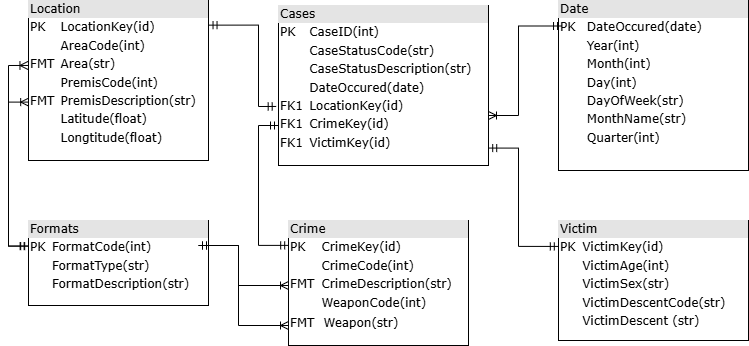
Above: img/cases_schema.drawio.png in alex-kazos/spark-project (draw.io), before the change. Source tidied: cells renumbered, new cells last; positions are measured from the earlier drawing's top-left corner, leaving out a move shared by most shapes.
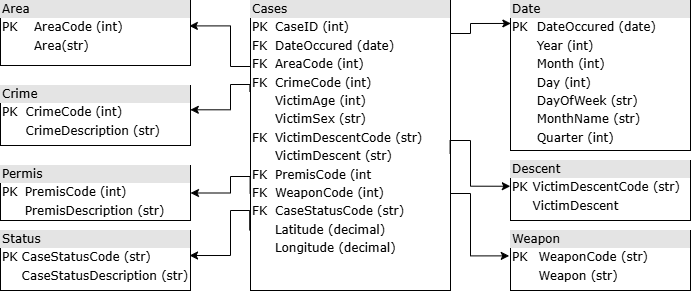
The same diagram one commit later.

Change to the diagram source:
```diff
@@ -1,81 +1,91 @@
-<mxGraphModel background="#FFFFFF">
+<mxGraphModel background="#ffffff">
   <root>
     <mxCell id="0" />
     <mxCell id="1" parent="0" />
-    <mxCell id="2" style="edgeStyle=orthogonalEdgeStyle;rounded=0;jettySize=auto;html=1;endArrow=ERmandOne;endFill=0;startArrow=ERmandOne;startFill=0;exitX=1.001;exitY=0.891;exitDx=0;exitDy=0;exitPerimeter=0;entryX=-0.001;entryY=0.216;entryDx=0;entryDy=0;entryPerimeter=0;" parent="1" edge="1" source="3" target="7">
-      <mxGeometry relative="1" as="geometry">
-        <Array as="points">
-          <mxPoint x="490" y="148" />
-          <mxPoint x="490" y="245" />
-          <mxPoint x="530" y="245" />
-        </Array>
-      </mxGeometry>
-    </mxCell>
-    <mxCell id="3" value="&lt;div style=&quot;box-sizing: border-box; width: 100%; background: rgb(228, 228, 228); padding: 2px;&quot;&gt;Cases&lt;/div&gt;&lt;table style=&quot;width: 100% ; font-size: 1em&quot; cellpadding=&quot;2&quot; cellspacing=&quot;0&quot;&gt;&lt;tbody&gt;&lt;tr&gt;&lt;td&gt;PK&lt;/td&gt;&lt;td&gt;CaseID(int)&lt;/td&gt;&lt;/tr&gt;&lt;tr&gt;&lt;td&gt;&lt;br&gt;&lt;/td&gt;&lt;td&gt;CaseStatusCode(str)&lt;/td&gt;&lt;/tr&gt;&lt;tr&gt;&lt;td&gt;&lt;br&gt;&lt;/td&gt;&lt;td&gt;CaseStatusDescription(str)&lt;/td&gt;&lt;/tr&gt;&lt;tr&gt;&lt;td&gt;&lt;br&gt;&lt;/td&gt;&lt;td&gt;DateOccured(date)&lt;/td&gt;&lt;/tr&gt;&lt;tr&gt;&lt;td&gt;FK1&lt;br&gt;&lt;/td&gt;&lt;td&gt;LocationKey(id)&amp;nbsp;&amp;nbsp;&lt;/td&gt;&lt;/tr&gt;&lt;tr&gt;&lt;td&gt;FK1&lt;br&gt;&lt;/td&gt;&lt;td&gt;CrimeKey(id)&amp;nbsp;&lt;br&gt;&lt;/td&gt;&lt;/tr&gt;&lt;tr&gt;&lt;td&gt;FK1&lt;br&gt;&lt;/td&gt;&lt;td&gt;VictimKey(id)&amp;nbsp;&lt;br&gt;&lt;/td&gt;&lt;/tr&gt;&lt;/tbody&gt;&lt;/table&gt;" style="verticalAlign=top;align=left;overflow=fill;html=1;rounded=0;shadow=0;comic=0;labelBackgroundColor=none;strokeWidth=1;fontFamily=Verdana;fontSize=12;" parent="1" vertex="1">
-      <mxGeometry x="250" y="5" width="210" height="160" as="geometry" />
-    </mxCell>
     <mxCell id="4" style="edgeStyle=orthogonalEdgeStyle;html=1;entryX=0.5;entryY=0;dashed=1;labelBackgroundColor=none;startArrow=ERmandOne;endArrow=ERoneToMany;fontFamily=Verdana;fontSize=12;align=left;" parent="1" edge="1" source="x">
       <mxGeometry relative="1" as="geometry">
         <mxPoint x="530" y="215" as="targetPoint" />
       </mxGeometry>
     </mxCell>
-    <mxCell id="5" value="&lt;div style=&quot;box-sizing: border-box; width: 100%; background: rgb(228, 228, 228); padding: 2px;&quot;&gt;Formats&lt;/div&gt;&lt;table style=&quot;width: 100% ; font-size: 1em&quot; cellpadding=&quot;2&quot; cellspacing=&quot;0&quot;&gt;&lt;tbody&gt;&lt;tr&gt;&lt;td&gt;PK&lt;/td&gt;&lt;td&gt;FormatCode(int)&lt;/td&gt;&lt;/tr&gt;&lt;tr&gt;&lt;td&gt;&lt;br&gt;&lt;/td&gt;&lt;td&gt;FormatType(str)&lt;/td&gt;&lt;/tr&gt;&lt;tr&gt;&lt;td&gt;&lt;/td&gt;&lt;td&gt;FormatDescription(str)&lt;/td&gt;&lt;/tr&gt;&lt;/tbody&gt;&lt;/table&gt;" style="verticalAlign=top;align=left;overflow=fill;html=1;rounded=0;shadow=0;comic=0;labelBackgroundColor=none;strokeWidth=1;fontFamily=Verdana;fontSize=12;" parent="1" vertex="1">
-      <mxGeometry y="220" width="180" height="85" as="geometry" />
-    </mxCell>
+    <mxCell id="17" value="&lt;div style=&quot;box-sizing: border-box; width: 100%; background: rgb(228, 228, 228); padding: 2px;&quot;&gt;Cases&lt;/div&gt;&lt;table style=&quot;width: 100% ; font-size: 1em&quot; cellpadding=&quot;2&quot; cellspacing=&quot;0&quot;&gt;&lt;tbody&gt;&lt;tr&gt;&lt;td&gt;PK&lt;/td&gt;&lt;td&gt;CaseID (int)&lt;/td&gt;&lt;/tr&gt;&lt;tr&gt;&lt;td&gt;FK&lt;/td&gt;&lt;td&gt;DateOccured (date)&lt;/td&gt;&lt;/tr&gt;&lt;tr&gt;&lt;td&gt;FK&lt;/td&gt;&lt;td&gt;AreaCode (int)&lt;/td&gt;&lt;/tr&gt;&lt;tr&gt;&lt;td&gt;FK&lt;/td&gt;&lt;td&gt;CrimeCode (int)&lt;br&gt;&lt;/td&gt;&lt;/tr&gt;&lt;tr&gt;&lt;td&gt;&lt;br&gt;&lt;/td&gt;&lt;td&gt;VictimAge (int)&lt;br&gt;&lt;/td&gt;&lt;/tr&gt;&lt;tr&gt;&lt;td&gt;&lt;br&gt;&lt;/td&gt;&lt;td&gt;VictimSex (str)&amp;nbsp;&lt;br&gt;&lt;/td&gt;&lt;/tr&gt;&lt;tr&gt;&lt;td&gt;FK&lt;/td&gt;&lt;td&gt;VictimDescentCode (str)&lt;br&gt;&lt;/td&gt;&lt;/tr&gt;&lt;tr&gt;&lt;td&gt;&lt;br&gt;&lt;/td&gt;&lt;td&gt;VictimDescent (str)&lt;br&gt;&lt;/td&gt;&lt;/tr&gt;&lt;tr&gt;&lt;td&gt;FK&lt;/td&gt;&lt;td&gt;PremisCode (int&amp;nbsp;&lt;br&gt;&lt;/td&gt;&lt;/tr&gt;&lt;tr&gt;&lt;td&gt;FK&lt;/td&gt;&lt;td&gt;WeaponCode (int)&lt;br&gt;&lt;/td&gt;&lt;/tr&gt;&lt;tr&gt;&lt;td&gt;FK&lt;/td&gt;&lt;td&gt;CaseStatusCode (str)&lt;br&gt;&lt;/td&gt;&lt;/tr&gt;&lt;tr&gt;&lt;td&gt;&lt;br&gt;&lt;/td&gt;&lt;td&gt;Latitude (decimal)&amp;nbsp;&lt;br&gt;&lt;/td&gt;&lt;/tr&gt;&lt;tr&gt;&lt;td&gt;&lt;br&gt;&lt;/td&gt;&lt;td&gt;Longitude (decimal)&lt;/td&gt;&lt;/tr&gt;&lt;/tbody&gt;&lt;/table&gt;" style="verticalAlign=top;align=left;overflow=fill;html=1;rounded=0;shadow=0;comic=0;labelBackgroundColor=none;strokeWidth=1;fontFamily=Verdana;fontSize=12;" parent="1" vertex="1">
+      <mxGeometry x="330" y="5" width="200" height="290" as="geometry" />
+    </mxCell>
-    <mxCell id="6" value="&lt;div style=&quot;box-sizing: border-box; width: 100%; background: rgb(228, 228, 228); padding: 2px;&quot;&gt;Crime&lt;/div&gt;&lt;table style=&quot;width: 100% ; font-size: 1em&quot; cellpadding=&quot;2&quot; cellspacing=&quot;0&quot;&gt;&lt;tbody&gt;&lt;tr&gt;&lt;td&gt;PK&lt;/td&gt;&lt;td&gt;CrimeKey(id)&lt;/td&gt;&lt;/tr&gt;&lt;tr&gt;&lt;td&gt;&lt;br&gt;&lt;/td&gt;&lt;td&gt;CrimeCode(int)&lt;/td&gt;&lt;/tr&gt;&lt;tr&gt;&lt;td&gt;FMT&lt;/td&gt;&lt;td&gt;CrimeDescription(str)&lt;/td&gt;&lt;/tr&gt;&lt;tr&gt;&lt;td&gt;&lt;br&gt;&lt;/td&gt;&lt;td&gt;WeaponCode(int)&lt;/td&gt;&lt;/tr&gt;&lt;tr&gt;&lt;td&gt;FMT&lt;/td&gt;&lt;td&gt;&lt;table cellpadding=&quot;2&quot; cellspacing=&quot;0&quot; style=&quot;font-size: 1em; width: 120px;&quot;&gt;&lt;tbody&gt;&lt;tr&gt;&lt;td&gt;Weapon(str)&lt;/td&gt;&lt;/tr&gt;&lt;/tbody&gt;&lt;/table&gt;&lt;/td&gt;&lt;/tr&gt;&lt;/tbody&gt;&lt;/table&gt;" style="verticalAlign=top;align=left;overflow=fill;html=1;rounded=0;shadow=0;comic=0;labelBackgroundColor=none;strokeWidth=1;fontFamily=Verdana;fontSize=12;" parent="1" vertex="1">
-      <mxGeometry x="260" y="220" width="180" height="125" as="geometry" />
+    <mxCell id="6" value="&lt;div style=&quot;box-sizing: border-box; width: 100%; background: rgb(228, 228, 228); padding: 2px;&quot;&gt;Crime&lt;/div&gt;&lt;table style=&quot;width: 100% ; font-size: 1em&quot; cellpadding=&quot;2&quot; cellspacing=&quot;0&quot;&gt;&lt;tbody&gt;&lt;tr&gt;&lt;td&gt;PK&lt;/td&gt;&lt;td&gt;CrimeCode (int)&lt;/td&gt;&lt;/tr&gt;&lt;tr&gt;&lt;td&gt;&lt;br&gt;&lt;/td&gt;&lt;td&gt;CrimeDescription (str)&lt;/td&gt;&lt;/tr&gt;&lt;/tbody&gt;&lt;/table&gt;" style="verticalAlign=top;align=left;overflow=fill;html=1;rounded=0;shadow=0;comic=0;labelBackgroundColor=none;strokeWidth=1;fontFamily=Verdana;fontSize=12;" parent="1" vertex="1">
+      <mxGeometry x="80" y="90" width="190" height="60" as="geometry" />
     </mxCell>
-    <mxCell id="7" value="&lt;div style=&quot;box-sizing: border-box; width: 100%; background: rgb(228, 228, 228); padding: 2px;&quot;&gt;Victim&lt;/div&gt;&lt;table style=&quot;width: 100% ; font-size: 1em&quot; cellpadding=&quot;2&quot; cellspacing=&quot;0&quot;&gt;&lt;tbody&gt;&lt;tr&gt;&lt;td&gt;PK&lt;/td&gt;&lt;td&gt;VictimKey(id)&lt;/td&gt;&lt;/tr&gt;&lt;tr&gt;&lt;td&gt;&lt;br&gt;&lt;/td&gt;&lt;td&gt;VictimAge(int)&lt;/td&gt;&lt;/tr&gt;&lt;tr&gt;&lt;td&gt;&lt;/td&gt;&lt;td&gt;VictimSex(str)&lt;/td&gt;&lt;/tr&gt;&lt;tr&gt;&lt;td&gt;&lt;br&gt;&lt;/td&gt;&lt;td&gt;VictimDescentCode(str)&lt;/td&gt;&lt;/tr&gt;&lt;tr&gt;&lt;td&gt;&lt;br&gt;&lt;/td&gt;&lt;td&gt;VictimDescent (str)&lt;/td&gt;&lt;/tr&gt;&lt;/tbody&gt;&lt;/table&gt;" style="verticalAlign=top;align=left;overflow=fill;html=1;rounded=0;shadow=0;comic=0;labelBackgroundColor=none;strokeWidth=1;fontFamily=Verdana;fontSize=12;" parent="1" vertex="1">
-      <mxGeometry x="530" y="220" width="190" height="120" as="geometry" />
-    </mxCell>
+    <mxCell id="18" value="&lt;div style=&quot;box-sizing: border-box; width: 100%; background: rgb(228, 228, 228); padding: 2px;&quot;&gt;Descent&lt;/div&gt;&lt;table style=&quot;width: 100% ; font-size: 1em&quot; cellpadding=&quot;2&quot; cellspacing=&quot;0&quot;&gt;&lt;tbody&gt;&lt;tr&gt;&lt;td&gt;PK&lt;/td&gt;&lt;td&gt;VictimDescentCode (str)&lt;/td&gt;&lt;/tr&gt;&lt;tr&gt;&lt;td&gt;&lt;br&gt;&lt;/td&gt;&lt;td&gt;VictimDescent&amp;nbsp;&lt;/td&gt;&lt;/tr&gt;&lt;/tbody&gt;&lt;/table&gt;" style="verticalAlign=top;align=left;overflow=fill;html=1;rounded=0;shadow=0;comic=0;labelBackgroundColor=none;strokeWidth=1;fontFamily=Verdana;fontSize=12;" parent="1" vertex="1">
+      <mxGeometry x="590" y="165" width="180" height="60" as="geometry" />
+    </mxCell>
+    <mxCell id="19" value="&lt;div style=&quot;box-sizing: border-box; width: 100%; background: rgb(228, 228, 228); padding: 2px;&quot;&gt;Permis&lt;/div&gt;&lt;table style=&quot;width: 100% ; font-size: 1em&quot; cellpadding=&quot;2&quot; cellspacing=&quot;0&quot;&gt;&lt;tbody&gt;&lt;tr&gt;&lt;td&gt;PK&lt;/td&gt;&lt;td&gt;PremisCode (int)&lt;/td&gt;&lt;/tr&gt;&lt;tr&gt;&lt;td&gt;&lt;br&gt;&lt;/td&gt;&lt;td&gt;PremisDescription (str)&lt;/td&gt;&lt;/tr&gt;&lt;/tbody&gt;&lt;/table&gt;" style="verticalAlign=top;align=left;overflow=fill;html=1;rounded=0;shadow=0;comic=0;labelBackgroundColor=none;strokeWidth=1;fontFamily=Verdana;fontSize=12;" parent="1" vertex="1">
+      <mxGeometry x="80" y="170" width="190" height="55" as="geometry" />
+    </mxCell>
+    <mxCell id="20" value="&lt;div style=&quot;box-sizing: border-box; width: 100%; background: rgb(228, 228, 228); padding: 2px;&quot;&gt;Weapon&lt;/div&gt;&lt;table style=&quot;width: 100% ; font-size: 1em&quot; cellpadding=&quot;2&quot; cellspacing=&quot;0&quot;&gt;&lt;tbody&gt;&lt;tr&gt;&lt;td&gt;PK&lt;/td&gt;&lt;td&gt;WeaponCode (str)&lt;/td&gt;&lt;/tr&gt;&lt;tr&gt;&lt;td&gt;&lt;br&gt;&lt;/td&gt;&lt;td&gt;Weapon (str)&lt;/td&gt;&lt;/tr&gt;&lt;/tbody&gt;&lt;/table&gt;" style="verticalAlign=top;align=left;overflow=fill;html=1;rounded=0;shadow=0;comic=0;labelBackgroundColor=none;strokeWidth=1;fontFamily=Verdana;fontSize=12;" parent="1" vertex="1">
+      <mxGeometry x="590" y="235" width="180" height="60" as="geometry" />
+    </mxCell>
+    <mxCell id="21" value="&lt;div style=&quot;box-sizing: border-box; width: 100%; background: rgb(228, 228, 228); padding: 2px;&quot;&gt;Status&lt;/div&gt;&lt;table style=&quot;width: 100% ; font-size: 1em&quot; cellpadding=&quot;2&quot; cellspacing=&quot;0&quot;&gt;&lt;tbody&gt;&lt;tr&gt;&lt;td&gt;PK&lt;/td&gt;&lt;td&gt;CaseStatusCode (str)&lt;/td&gt;&lt;/tr&gt;&lt;tr&gt;&lt;td&gt;&lt;br&gt;&lt;/td&gt;&lt;td&gt;CaseStatusDescription (str)&amp;nbsp;&lt;/td&gt;&lt;/tr&gt;&lt;/tbody&gt;&lt;/table&gt;" style="verticalAlign=top;align=left;overflow=fill;html=1;rounded=0;shadow=0;comic=0;labelBackgroundColor=none;strokeWidth=1;fontFamily=Verdana;fontSize=12;" parent="1" vertex="1">
+      <mxGeometry x="80" y="235" width="190" height="60" as="geometry" />
+    </mxCell>
-    <mxCell id="8" value="&lt;div style=&quot;box-sizing: border-box; width: 100%; background: rgb(228, 228, 228); padding: 2px;&quot;&gt;Location&lt;/div&gt;&lt;table style=&quot;width: 100% ; font-size: 1em&quot; cellpadding=&quot;2&quot; cellspacing=&quot;0&quot;&gt;&lt;tbody&gt;&lt;tr&gt;&lt;td&gt;PK&lt;/td&gt;&lt;td&gt;LocationKey(id)&amp;nbsp;&lt;/td&gt;&lt;/tr&gt;&lt;tr&gt;&lt;td&gt;&lt;br&gt;&lt;/td&gt;&lt;td&gt;AreaCode(int)&lt;/td&gt;&lt;/tr&gt;&lt;tr&gt;&lt;td&gt;FMT&lt;/td&gt;&lt;td&gt;Area(str)&lt;/td&gt;&lt;/tr&gt;&lt;tr&gt;&lt;td&gt;&lt;br&gt;&lt;/td&gt;&lt;td&gt;PremisCode(int)&lt;/td&gt;&lt;/tr&gt;&lt;tr&gt;&lt;td&gt;FMT&lt;/td&gt;&lt;td&gt;PremisDescription(str)&lt;/td&gt;&lt;/tr&gt;&lt;tr&gt;&lt;td&gt;&lt;br&gt;&lt;/td&gt;&lt;td&gt;Latitude(float)&lt;/td&gt;&lt;/tr&gt;&lt;tr&gt;&lt;td&gt;&lt;br&gt;&lt;/td&gt;&lt;td&gt;Longtitude(float)&lt;/td&gt;&lt;/tr&gt;&lt;/tbody&gt;&lt;/table&gt;" style="verticalAlign=top;align=left;overflow=fill;html=1;rounded=0;shadow=0;comic=0;labelBackgroundColor=none;strokeWidth=1;fontFamily=Verdana;fontSize=12;" parent="1" vertex="1">
-      <mxGeometry width="180" height="160" as="geometry" />
+    <mxCell id="8" value="&lt;div style=&quot;box-sizing: border-box; width: 100%; background: rgb(228, 228, 228); padding: 2px;&quot;&gt;Area&lt;/div&gt;&lt;table style=&quot;width: 100% ; font-size: 1em&quot; cellpadding=&quot;2&quot; cellspacing=&quot;0&quot;&gt;&lt;tbody&gt;&lt;tr&gt;&lt;td&gt;PK&lt;/td&gt;&lt;td&gt;AreaCode (int)&amp;nbsp;&lt;/td&gt;&lt;/tr&gt;&lt;tr&gt;&lt;td&gt;&lt;br&gt;&lt;/td&gt;&lt;td&gt;Area(str)&lt;/td&gt;&lt;/tr&gt;&lt;/tbody&gt;&lt;/table&gt;" style="verticalAlign=top;align=left;overflow=fill;html=1;rounded=0;shadow=0;comic=0;labelBackgroundColor=none;strokeWidth=1;fontFamily=Verdana;fontSize=12;" parent="1" vertex="1">
+      <mxGeometry x="80" y="5" width="190" height="65" as="geometry" />
     </mxCell>
-    <mxCell id="9" value="&lt;div style=&quot;box-sizing: border-box; width: 100%; background: rgb(228, 228, 228); padding: 2px;&quot;&gt;Date&lt;/div&gt;&lt;table style=&quot;width: 100% ; font-size: 1em&quot; cellpadding=&quot;2&quot; cellspacing=&quot;0&quot;&gt;&lt;tbody&gt;&lt;tr&gt;&lt;td&gt;PK&lt;/td&gt;&lt;td&gt;DateOccured(date)&lt;/td&gt;&lt;/tr&gt;&lt;tr&gt;&lt;td&gt;&lt;/td&gt;&lt;td&gt;Year(int)&lt;/td&gt;&lt;/tr&gt;&lt;tr&gt;&lt;td&gt;&lt;br&gt;&lt;/td&gt;&lt;td&gt;Month(int)&lt;/td&gt;&lt;/tr&gt;&lt;tr&gt;&lt;td&gt;&lt;br&gt;&lt;/td&gt;&lt;td&gt;Day(int)&amp;nbsp;&lt;/td&gt;&lt;/tr&gt;&lt;tr&gt;&lt;td&gt;&lt;br&gt;&lt;/td&gt;&lt;td&gt;DayOfWeek(str)&amp;nbsp;&lt;/td&gt;&lt;/tr&gt;&lt;tr&gt;&lt;td&gt;&lt;br&gt;&lt;/td&gt;&lt;td&gt;MonthName(str)&lt;/td&gt;&lt;/tr&gt;&lt;tr&gt;&lt;td&gt;&lt;br&gt;&lt;/td&gt;&lt;td&gt;Quarter(int)&lt;/td&gt;&lt;/tr&gt;&lt;/tbody&gt;&lt;/table&gt;" style="verticalAlign=top;align=left;overflow=fill;html=1;rounded=0;shadow=0;comic=0;labelBackgroundColor=none;strokeWidth=1;fontFamily=Verdana;fontSize=12;" parent="1" vertex="1">
-      <mxGeometry x="530" width="190" height="170" as="geometry" />
+    <mxCell id="9" value="&lt;div style=&quot;box-sizing: border-box; width: 100%; background: rgb(228, 228, 228); padding: 2px;&quot;&gt;Date&lt;/div&gt;&lt;table style=&quot;width: 100% ; font-size: 1em&quot; cellpadding=&quot;2&quot; cellspacing=&quot;0&quot;&gt;&lt;tbody&gt;&lt;tr&gt;&lt;td&gt;PK&lt;/td&gt;&lt;td&gt;DateOccured (date)&lt;/td&gt;&lt;/tr&gt;&lt;tr&gt;&lt;td&gt;&lt;/td&gt;&lt;td&gt;Year (int)&lt;/td&gt;&lt;/tr&gt;&lt;tr&gt;&lt;td&gt;&lt;br&gt;&lt;/td&gt;&lt;td&gt;Month (int)&lt;/td&gt;&lt;/tr&gt;&lt;tr&gt;&lt;td&gt;&lt;br&gt;&lt;/td&gt;&lt;td&gt;Day (int)&amp;nbsp;&lt;/td&gt;&lt;/tr&gt;&lt;tr&gt;&lt;td&gt;&lt;br&gt;&lt;/td&gt;&lt;td&gt;DayOfWeek (str)&amp;nbsp;&lt;/td&gt;&lt;/tr&gt;&lt;tr&gt;&lt;td&gt;&lt;br&gt;&lt;/td&gt;&lt;td&gt;MonthName (str)&lt;/td&gt;&lt;/tr&gt;&lt;tr&gt;&lt;td&gt;&lt;br&gt;&lt;/td&gt;&lt;td&gt;Quarter (int)&lt;/td&gt;&lt;/tr&gt;&lt;/tbody&gt;&lt;/table&gt;" style="verticalAlign=top;align=left;overflow=fill;html=1;rounded=0;shadow=0;comic=0;labelBackgroundColor=none;strokeWidth=1;fontFamily=Verdana;fontSize=12;" parent="1" vertex="1">
+      <mxGeometry x="590" y="5" width="180" height="150" as="geometry" />
     </mxCell>
-    <mxCell id="10" style="edgeStyle=orthogonalEdgeStyle;rounded=0;jettySize=auto;html=1;endArrow=ERmandOne;endFill=0;startArrow=ERmandOne;startFill=0;exitX=-0.011;exitY=0.631;exitDx=0;exitDy=0;exitPerimeter=0;entryX=1.003;entryY=0.154;entryDx=0;entryDy=0;entryPerimeter=0;" parent="1" edge="1" source="3" target="8">
-      <mxGeometry relative="1" as="geometry">
-        <Array as="points">
-          <mxPoint x="230" y="106" />
-          <mxPoint x="230" y="25" />
-        </Array>
-      </mxGeometry>
-    </mxCell>
-    <mxCell id="11" style="edgeStyle=orthogonalEdgeStyle;rounded=0;jettySize=auto;html=1;exitX=0;exitY=0.75;exitDx=0;exitDy=0;entryX=0.001;entryY=0.199;entryDx=0;entryDy=0;entryPerimeter=0;endArrow=ERmandOne;endFill=0;startArrow=ERmandOne;startFill=0;" parent="1" edge="1" source="3" target="6">
-      <mxGeometry relative="1" as="geometry" />
-    </mxCell>
-    <mxCell id="12" style="edgeStyle=orthogonalEdgeStyle;rounded=0;jettySize=auto;html=1;entryX=0.016;entryY=0.15;entryDx=0;entryDy=0;entryPerimeter=0;endArrow=ERmandOne;endFill=0;startArrow=ERoneToMany;startFill=0;" parent="1" edge="1" source="3" target="9">
-      <mxGeometry relative="1" as="geometry">
-        <Array as="points">
-          <mxPoint x="490" y="115" />
-          <mxPoint x="490" y="26" />
-        </Array>
-      </mxGeometry>
-    </mxCell>
-    <mxCell id="13" style="edgeStyle=orthogonalEdgeStyle;rounded=0;jettySize=auto;html=1;entryX=-0.002;entryY=0.301;entryDx=0;entryDy=0;entryPerimeter=0;exitX=-0.003;exitY=0.406;exitDx=0;exitDy=0;exitPerimeter=0;endArrow=ERmandOne;endFill=0;startArrow=ERoneToMany;startFill=0;" parent="1" edge="1" source="8" target="5">
-      <mxGeometry relative="1" as="geometry" />
-    </mxCell>
-    <mxCell id="14" style="edgeStyle=orthogonalEdgeStyle;rounded=0;jettySize=auto;html=1;entryX=0.001;entryY=0.301;entryDx=0;entryDy=0;entryPerimeter=0;exitX=0.001;exitY=0.635;exitDx=0;exitDy=0;exitPerimeter=0;endArrow=ERmandOne;endFill=0;startArrow=ERoneToMany;startFill=0;" parent="1" edge="1" source="8" target="5">
-      <mxGeometry relative="1" as="geometry" />
-    </mxCell>
-    <mxCell id="15" style="edgeStyle=orthogonalEdgeStyle;rounded=0;jettySize=auto;html=1;endArrow=ERmandOne;endFill=0;startArrow=ERoneToMany;startFill=0;" parent="1" edge="1" source="6">
-      <mxGeometry relative="1" as="geometry">
-        <mxPoint x="170" y="245" as="targetPoint" />
-        <Array as="points">
-          <mxPoint x="210" y="285" />
-          <mxPoint x="210" y="245" />
-        </Array>
-      </mxGeometry>
-    </mxCell>
-    <mxCell id="16" style="edgeStyle=orthogonalEdgeStyle;rounded=0;jettySize=auto;html=1;endArrow=ERmandOne;endFill=0;startArrow=ERoneToMany;startFill=0;" parent="1" edge="1" source="6">
-      <mxGeometry relative="1" as="geometry">
-        <mxPoint x="170" y="245" as="targetPoint" />
-        <Array as="points">
-          <mxPoint x="210" y="325" />
-          <mxPoint x="210" y="245" />
-        </Array>
-      </mxGeometry>
-    </mxCell>
+    <mxCell id="22" style="edgeStyle=orthogonalEdgeStyle;rounded=0;jettySize=auto;html=1;exitX=1;exitY=0.125;exitDx=0;exitDy=0;exitPerimeter=0;entryX=0.002;entryY=0.153;entryDx=0;entryDy=0;entryPerimeter=0;" parent="1" edge="1" source="17" target="9">
+      <mxGeometry relative="1" as="geometry">
+        <Array as="points">
+          <mxPoint x="550" y="38" />
+          <mxPoint x="550" y="28" />
+        </Array>
+      </mxGeometry>
+    </mxCell>
+    <mxCell id="23" style="edgeStyle=orthogonalEdgeStyle;rounded=0;jettySize=auto;html=1;entryX=0.994;entryY=0.391;entryDx=0;entryDy=0;entryPerimeter=0;exitX=0;exitY=0.25;exitDx=0;exitDy=0;" parent="1" edge="1" source="17" target="8">
+      <mxGeometry relative="1" as="geometry">
+        <Array as="points">
+          <mxPoint x="310" y="71" />
+          <mxPoint x="310" y="30" />
+        </Array>
+      </mxGeometry>
+    </mxCell>
+    <mxCell id="24" style="edgeStyle=orthogonalEdgeStyle;rounded=0;jettySize=auto;html=1;entryX=0.999;entryY=0.405;entryDx=0;entryDy=0;entryPerimeter=0;exitX=-0.003;exitY=0.315;exitDx=0;exitDy=0;exitPerimeter=0;" parent="1" edge="1" source="17" target="6">
+      <mxGeometry relative="1" as="geometry">
+        <Array as="points">
+          <mxPoint x="310" y="89" />
+          <mxPoint x="310" y="114" />
+        </Array>
+      </mxGeometry>
+    </mxCell>
+    <mxCell id="25" style="edgeStyle=orthogonalEdgeStyle;rounded=0;jettySize=auto;html=1;entryX=-0.001;entryY=0.429;entryDx=0;entryDy=0;entryPerimeter=0;exitX=0.998;exitY=0.529;exitDx=0;exitDy=0;exitPerimeter=0;" parent="1" edge="1" source="17" target="18">
+      <mxGeometry relative="1" as="geometry">
+        <Array as="points">
+          <mxPoint x="550" y="145" />
+          <mxPoint x="550" y="191" />
+        </Array>
+      </mxGeometry>
+    </mxCell>
+    <mxCell id="26" style="edgeStyle=orthogonalEdgeStyle;rounded=0;jettySize=auto;html=1;entryX=1;entryY=0.5;entryDx=0;entryDy=0;exitX=-0.002;exitY=0.665;exitDx=0;exitDy=0;exitPerimeter=0;" parent="1" edge="1" source="17" target="19">
+      <mxGeometry relative="1" as="geometry">
+        <Array as="points">
+          <mxPoint x="310" y="181" />
+          <mxPoint x="310" y="198" />
+        </Array>
+      </mxGeometry>
+    </mxCell>
+    <mxCell id="27" style="edgeStyle=orthogonalEdgeStyle;rounded=0;jettySize=auto;html=1;entryX=0.995;entryY=0.417;entryDx=0;entryDy=0;entryPerimeter=0;exitX=-0.004;exitY=0.793;exitDx=0;exitDy=0;exitPerimeter=0;" parent="1" edge="1" source="17" target="21">
+      <mxGeometry relative="1" as="geometry">
+        <Array as="points">
+          <mxPoint x="310" y="215" />
+          <mxPoint x="310" y="260" />
+        </Array>
+      </mxGeometry>
+    </mxCell>
+    <mxCell id="28" style="edgeStyle=orthogonalEdgeStyle;rounded=0;jettySize=auto;html=1;entryX=-0.007;entryY=0.423;entryDx=0;entryDy=0;entryPerimeter=0;exitX=1;exitY=0.728;exitDx=0;exitDy=0;exitPerimeter=0;" parent="1" edge="1" source="17" target="20">
+      <mxGeometry relative="1" as="geometry">
+        <Array as="points">
+          <mxPoint x="550" y="198" />
+          <mxPoint x="550" y="260" />
+        </Array>
+      </mxGeometry>
+    </mxCell>
   </root>
 </mxGraphModel>
```
